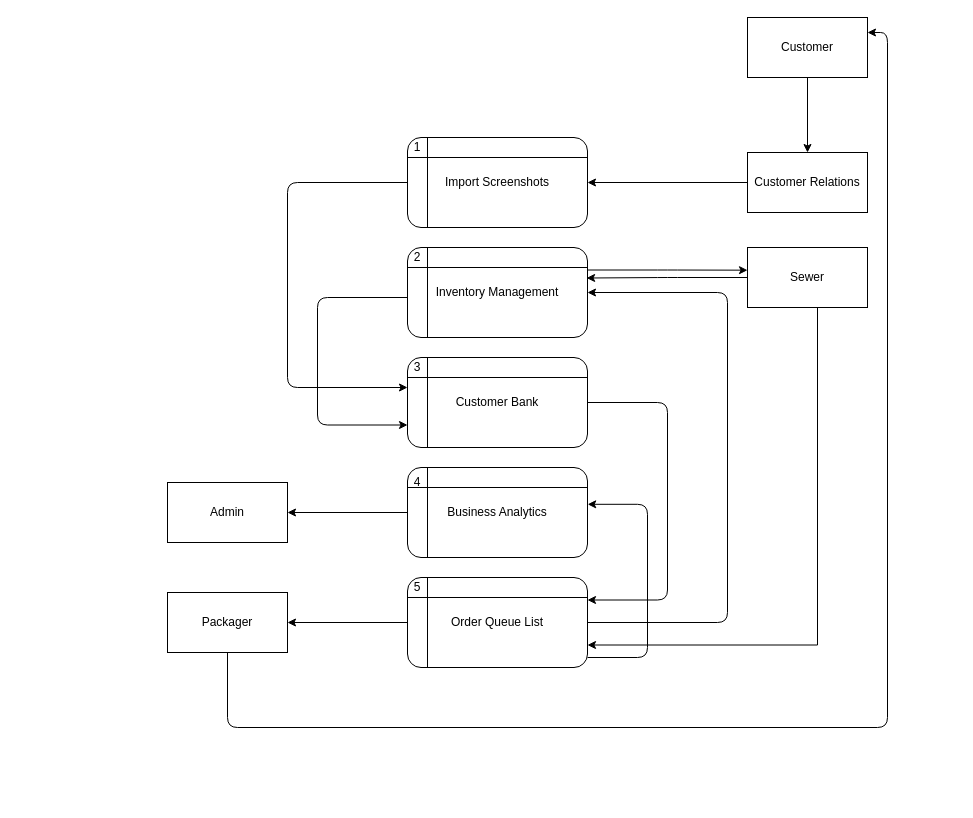
Before: page "Level 1 DFD" (2 of 5) of DFD DIAGRAMS.drawio in BryanFabellore/Team_SPOTLIGHT, a draw.io diagram. Source tidied: cells renumbered, new cells numbered last; positions are measured from the earlier drawing's top-left corner, leaving out a move shared by most shapes. Both pictures are drawn from the tidied source at 100%, with x=0, y=0 at pixel (167, 17).
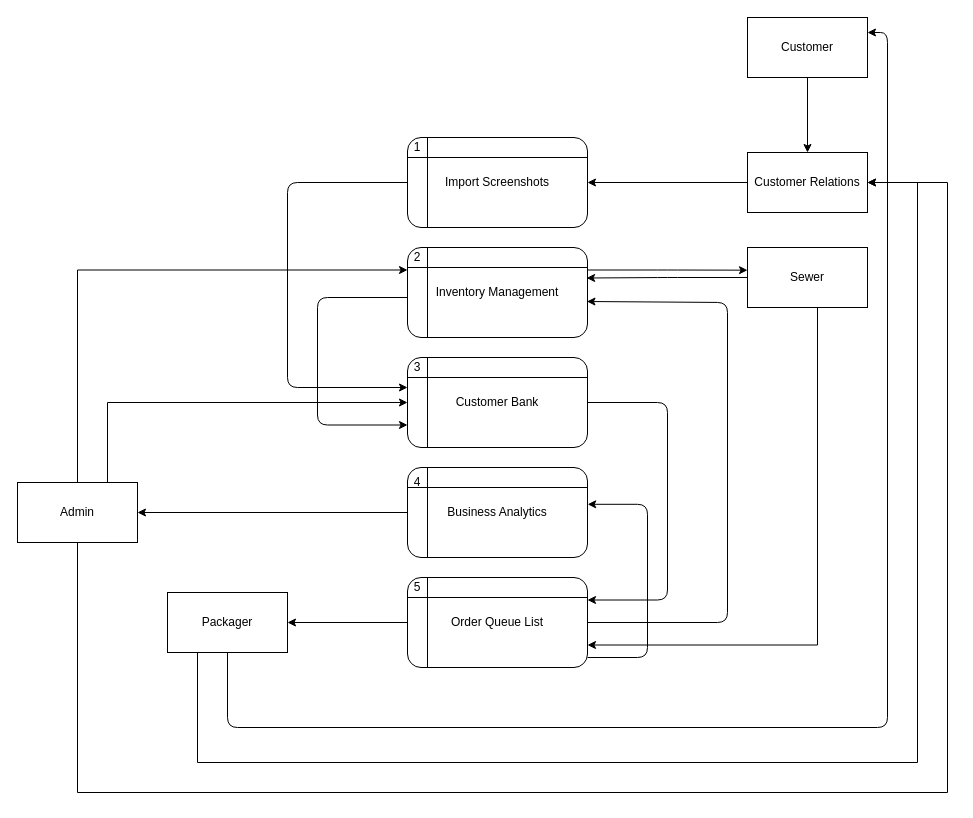
The same page after the edit.

The change refers to these unchanged cells:
```xml
<mxCell id="4" value="Inventory Management" style="shape=internalStorage;whiteSpace=wrap;html=1;backgroundOutline=1;rounded=1;strokeColor=default;fontFamily=Helvetica;fontSize=12;fontColor=default;fillColor=#FFFFFF;" parent="1" vertex="1">
  <mxGeometry x="240" y="230" width="180" height="90" as="geometry" />
</mxCell>
<mxCell id="6" value="Customer Bank" style="shape=internalStorage;whiteSpace=wrap;html=1;backgroundOutline=1;rounded=1;strokeColor=default;fontFamily=Helvetica;fontSize=12;fontColor=default;fillColor=#FFFFFF;" parent="1" vertex="1">
  <mxGeometry x="240" y="340" width="180" height="90" as="geometry" />
</mxCell>
<mxCell id="12" value="Customer Relations" style="rounded=0;whiteSpace=wrap;html=1;strokeColor=default;fontFamily=Helvetica;fontSize=12;fontColor=default;fillColor=#FFFFFF;" parent="1" vertex="1">
  <mxGeometry x="580" y="135" width="120" height="60" as="geometry" />
</mxCell>
<mxCell id="18" value="Packager" style="rounded=0;whiteSpace=wrap;html=1;strokeColor=default;fontFamily=Helvetica;fontSize=12;fontColor=default;fillColor=#FFFFFF;" parent="1" vertex="1">
  <mxGeometry y="575" width="120" height="60" as="geometry" />
</mxCell>
<mxCell id="24" value="Order Queue List" style="shape=internalStorage;whiteSpace=wrap;html=1;backgroundOutline=1;rounded=1;strokeColor=default;fontFamily=Helvetica;fontSize=12;fontColor=default;fillColor=#FFFFFF;" parent="1" vertex="1">
  <mxGeometry x="240" y="560" width="180" height="90" as="geometry" />
</mxCell>
```

Diff of the diagram source:
```diff
@@
+    <mxCell id="30" style="edgeStyle=orthogonalEdgeStyle;rounded=0;jettySize=auto;html=1;exitX=0.5;exitY=1;exitDx=0;exitDy=0;entryX=1;entryY=0.5;entryDx=0;entryDy=0;" parent="1" edge="1" source="13" target="12">
+      <mxGeometry relative="1" as="geometry">
+        <Array as="points">
+          <mxPoint x="-90" y="775" />
+          <mxPoint x="780" y="775" />
+          <mxPoint x="780" y="165" />
+        </Array>
+      </mxGeometry>
+    </mxCell>
+    <mxCell id="31" style="edgeStyle=orthogonalEdgeStyle;rounded=0;jettySize=auto;html=1;exitX=0.75;exitY=0;exitDx=0;exitDy=0;entryX=0;entryY=0.5;entryDx=0;entryDy=0;" parent="1" edge="1" source="13" target="6">
+      <mxGeometry relative="1" as="geometry" />
+    </mxCell>
+    <mxCell id="32" style="edgeStyle=orthogonalEdgeStyle;rounded=0;jettySize=auto;html=1;exitX=0.5;exitY=0;exitDx=0;exitDy=0;entryX=0;entryY=0.25;entryDx=0;entryDy=0;" parent="1" edge="1" source="13" target="4">
+      <mxGeometry relative="1" as="geometry" />
+    </mxCell>
     <mxCell id="13" value="Admin" style="rounded=0;whiteSpace=wrap;html=1;strokeColor=default;fontFamily=Helvetica;fontSize=12;fontColor=default;fillColor=#FFFFFF;" parent="1" vertex="1">
-      <mxGeometry y="465" width="120" height="60" as="geometry" />
+      <mxGeometry x="-150" y="465" width="120" height="60" as="geometry" />
     </mxCell>
@@
+    <mxCell id="33" style="edgeStyle=orthogonalEdgeStyle;rounded=0;jettySize=auto;html=1;exitX=0.25;exitY=1;exitDx=0;exitDy=0;entryX=1;entryY=0.5;entryDx=0;entryDy=0;" parent="1" edge="1" source="18" target="12">
+      <mxGeometry relative="1" as="geometry">
+        <Array as="points">
+          <mxPoint x="30" y="745" />
+          <mxPoint x="750" y="745" />
+          <mxPoint x="750" y="165" />
+        </Array>
+      </mxGeometry>
+    </mxCell>
@@
-    <mxCell id="22" style="edgeStyle=orthogonalEdgeStyle;rounded=1;jettySize=auto;html=1;entryX=1;entryY=0.5;entryDx=0;entryDy=0;fontFamily=Helvetica;fontSize=12;fontColor=default;" parent="1" edge="1" source="24" target="4">
+    <mxCell id="22" style="edgeStyle=orthogonalEdgeStyle;rounded=1;jettySize=auto;html=1;entryX=0.997;entryY=0.6;entryDx=0;entryDy=0;fontFamily=Helvetica;fontSize=12;fontColor=default;entryPerimeter=0;" parent="1" edge="1" source="24" target="4">
       <mxGeometry relative="1" as="geometry">
         <Array as="points">
           <mxPoint x="560" y="605" />
-          <mxPoint x="560" y="275" />
+          <mxPoint x="560" y="285" />
+          <mxPoint x="419" y="285" />
         </Array>
       </mxGeometry>
     </mxCell>
```
